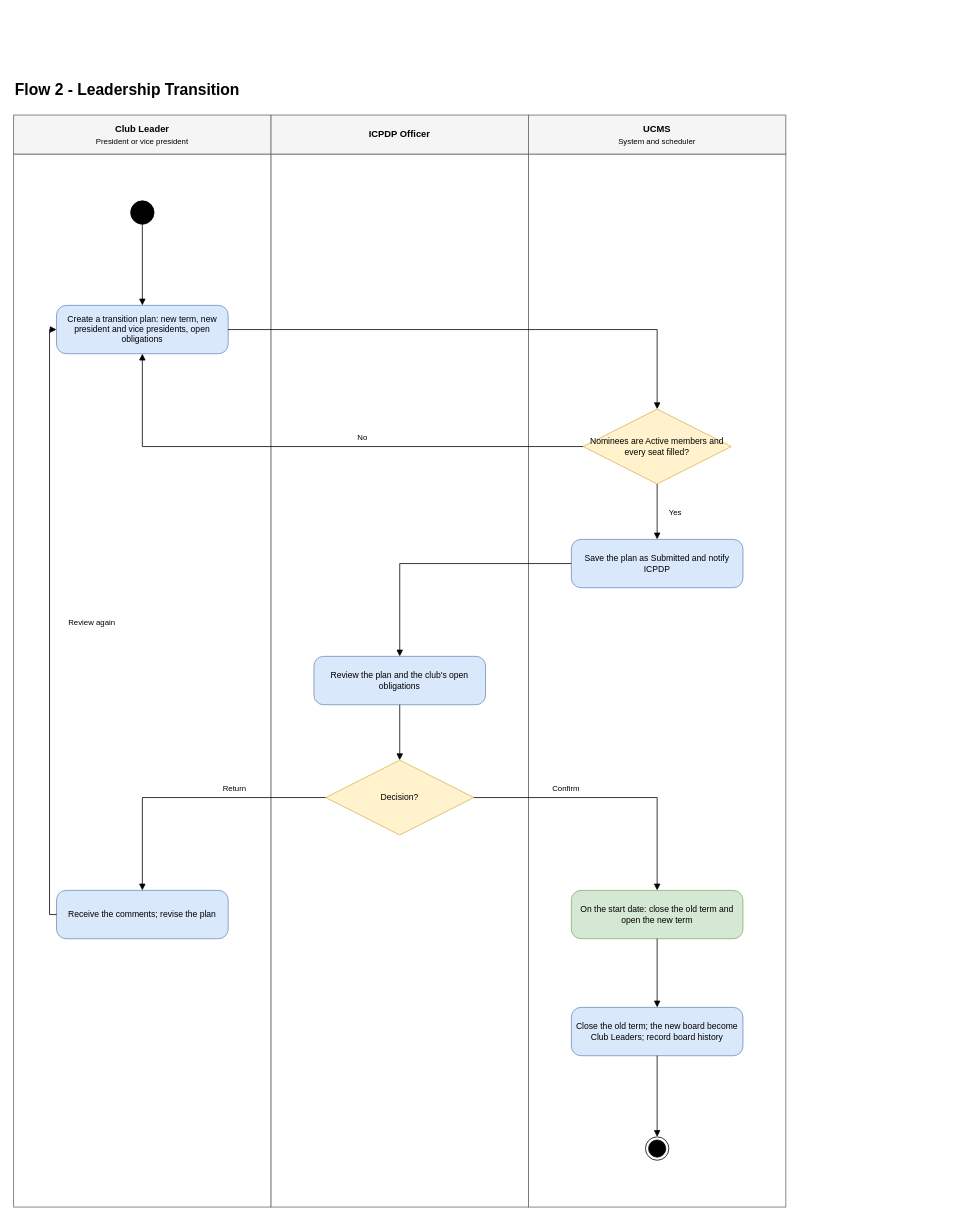
Above: page "02 Leadership Transition" (2 of 14) of docs/03-diagrams/UCMS_Swimlane_Flows.drawio in nvdekay/ClubManagementSystem (draw.io), before the change. Source tidied: cells renumbered, new cells numbered last; positions are measured from the earlier drawing's top-left corner, leaving out a move shared by most shapes. Both pictures are drawn from the tidied source at 78%, with x=0, y=0 at pixel (13, 76).
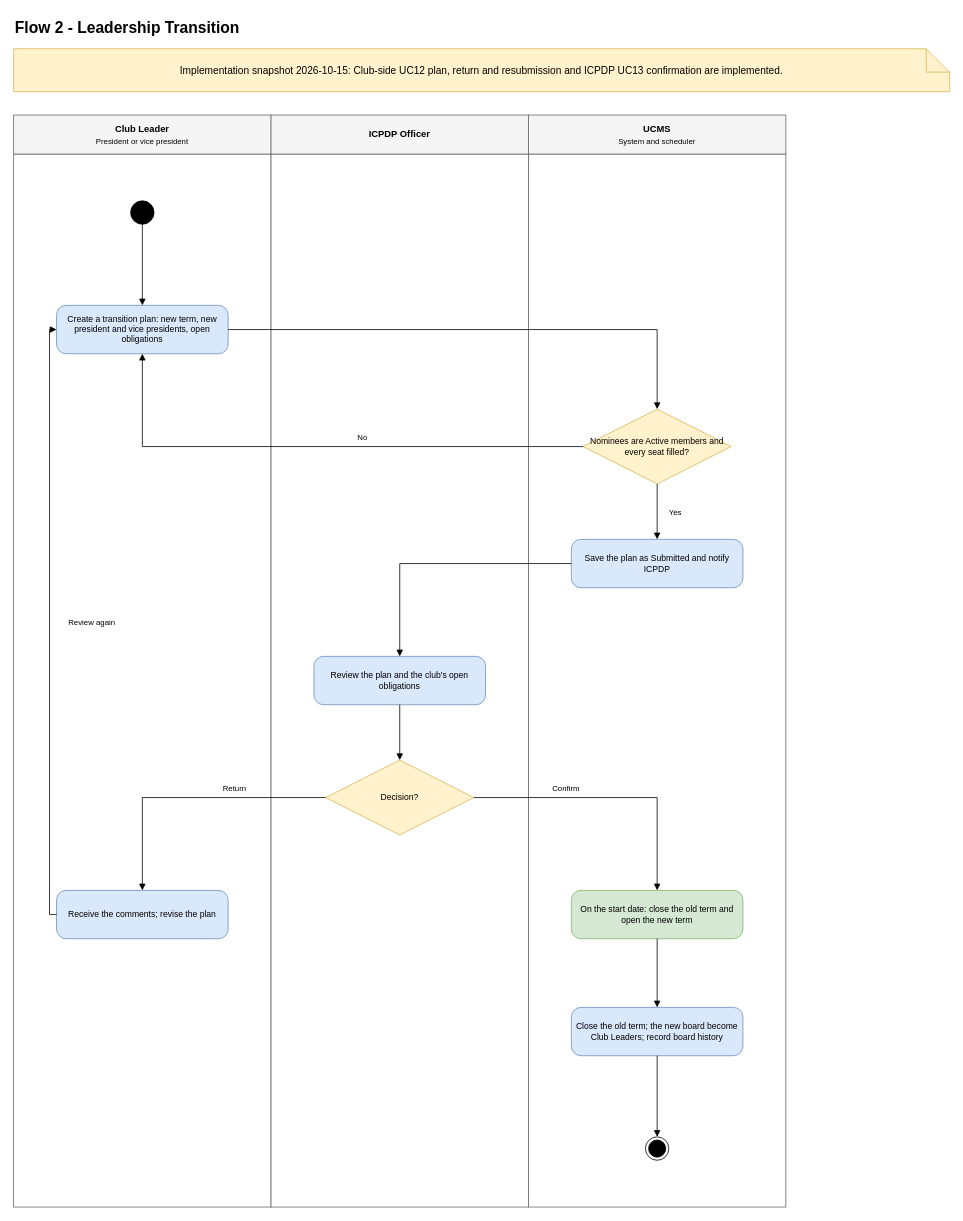
Above is the later version.

Change to the diagram source:
```diff
@@
     <mxCell id="2" value="Flow 2 - Leadership Transition" style="text;html=1;fontSize=20;fontStyle=1;align=left;verticalAlign=middle;" parent="1" vertex="1">
-      <mxGeometry width="990" height="34" as="geometry" />
+      <mxGeometry y="-80" width="990" height="34" as="geometry" />
     </mxCell>
@@
+    <mxCell id="35" value="Implementation snapshot 2026-10-15: Club-side UC12 plan, return and resubmission and ICPDP UC13 confirmation are implemented." style="whiteSpace=wrap;html=1;fontFamily=Arial;fontSize=14;shape=note;fillColor=#fff2cc;strokeColor=#d6b656;fontSize=13;" parent="1" vertex="1">
+      <mxGeometry y="-35" width="1200" height="55" as="geometry" />
+    </mxCell>
```
